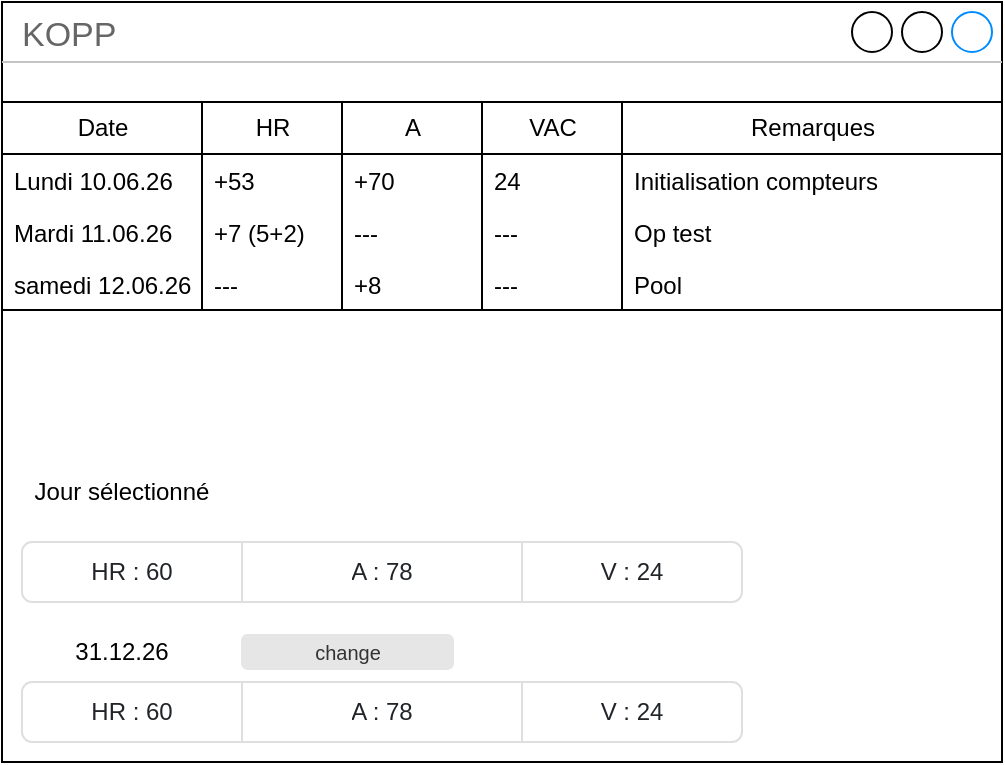
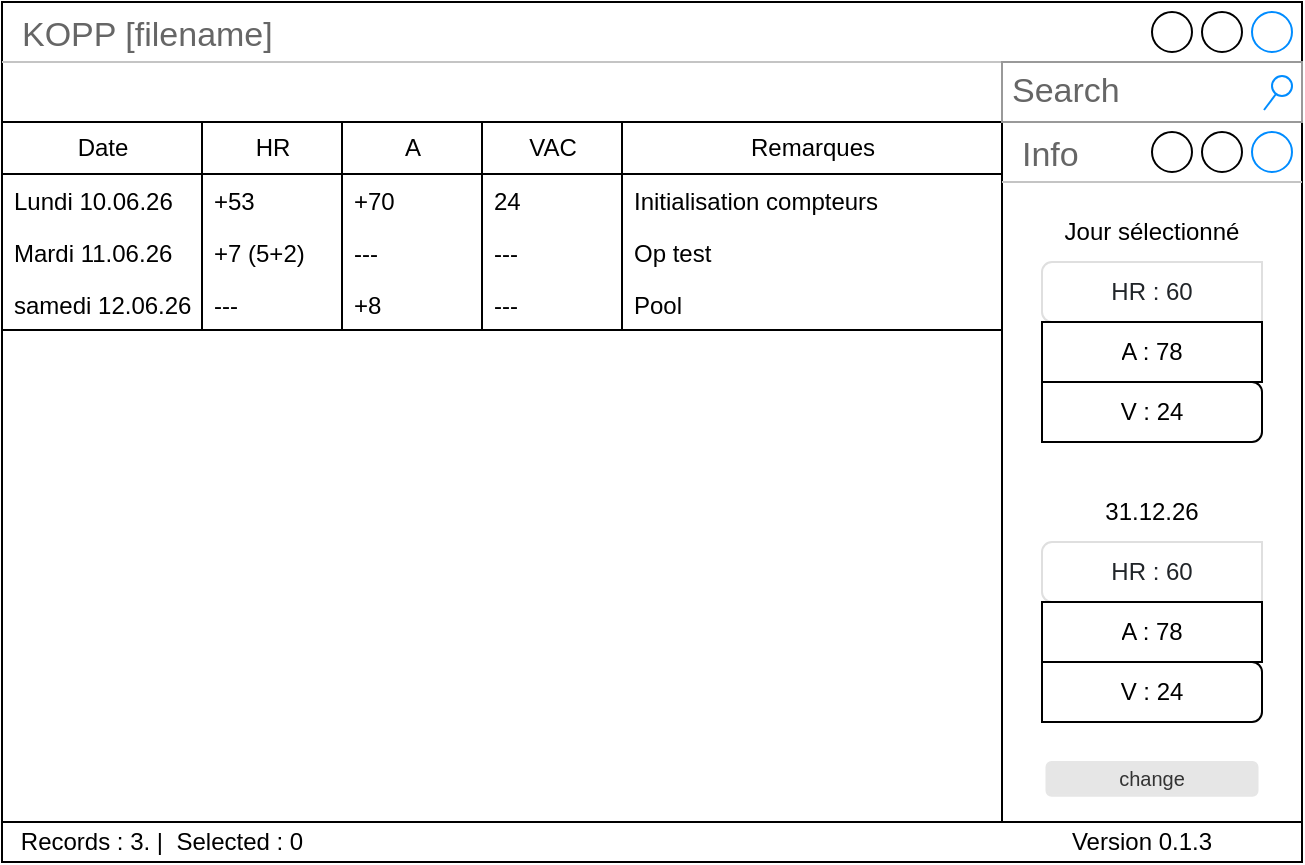
<mxfile host="app.diagrams.net">
-   <diagram name="Page-1" id="_RkNm3KLjF24Zd5ZyvtE">
-     <mxGraphModel dx="532" dy="381" grid="1" gridSize="10" guides="1" tooltips="1" connect="1" arrows="1" fold="1" page="1" pageScale="1" pageWidth="827" pageHeight="1169" math="0" shadow="0">
+   <diagram name="Page-1" id="PRR-KSsSn0DQTCG-_QYu">
+     <mxGraphModel dx="931" dy="666" grid="1" gridSize="10" guides="1" tooltips="1" connect="1" arrows="1" fold="1" page="1" pageScale="1" pageWidth="827" pageHeight="1169" math="0" shadow="0">
      <root>
        <mxCell id="0" />
        <mxCell id="1" parent="0" />
-         <mxCell id="TUN5c2cwHqi8QmzAkf68-1" parent="1" style="strokeWidth=1;shadow=0;dashed=0;align=center;html=1;shape=mxgraph.mockup.containers.window;align=left;verticalAlign=top;spacingLeft=8;strokeColor2=#008cff;strokeColor3=#c4c4c4;fontColor=#666666;mainText=;fontSize=17;labelBackgroundColor=none;whiteSpace=wrap;" value="KOPP" vertex="1">
-           <mxGeometry height="380" width="500" x="70" y="70" as="geometry" />
+         <mxCell id="RgPpX3nh5DaBLGUlTNoS-1" parent="1" style="strokeWidth=1;shadow=0;dashed=0;align=center;html=1;shape=mxgraph.mockup.containers.window;align=left;verticalAlign=top;spacingLeft=8;strokeColor2=#008cff;strokeColor3=#c4c4c4;fontColor=#666666;mainText=;fontSize=17;labelBackgroundColor=none;whiteSpace=wrap;" value="KOPP [filename]" vertex="1">
+           <mxGeometry height="410" width="650" x="70" y="70" as="geometry" />
        </mxCell>
-         <mxCell id="TUN5c2cwHqi8QmzAkf68-7" parent="1" style="swimlane;fontStyle=0;childLayout=stackLayout;horizontal=1;startSize=26;fillColor=none;horizontalStack=0;resizeParent=1;resizeParentMax=0;resizeLast=0;collapsible=1;marginBottom=0;html=1;" value="Date" vertex="1">
-           <mxGeometry height="104" width="100" x="70" y="120" as="geometry" />
+         <mxCell id="RgPpX3nh5DaBLGUlTNoS-2" parent="1" style="swimlane;fontStyle=0;childLayout=stackLayout;horizontal=1;startSize=26;fillColor=none;horizontalStack=0;resizeParent=1;resizeParentMax=0;resizeLast=0;collapsible=1;marginBottom=0;html=1;" value="Date" vertex="1">
+           <mxGeometry height="104" width="100" x="70" y="130" as="geometry" />
        </mxCell>
-         <mxCell id="TUN5c2cwHqi8QmzAkf68-8" parent="TUN5c2cwHqi8QmzAkf68-7" style="text;strokeColor=none;fillColor=none;align=left;verticalAlign=top;spacingLeft=4;spacingRight=4;overflow=hidden;rotatable=0;points=[[0,0.5],[1,0.5]];portConstraint=eastwest;whiteSpace=wrap;html=1;" value="Lundi 10.06.26" vertex="1">
+         <mxCell id="RgPpX3nh5DaBLGUlTNoS-3" parent="RgPpX3nh5DaBLGUlTNoS-2" style="text;strokeColor=none;fillColor=none;align=left;verticalAlign=top;spacingLeft=4;spacingRight=4;overflow=hidden;rotatable=0;points=[[0,0.5],[1,0.5]];portConstraint=eastwest;whiteSpace=wrap;html=1;" value="Lundi 10.06.26" vertex="1">
          <mxGeometry height="26" width="100" y="26" as="geometry" />
        </mxCell>
-         <mxCell id="TUN5c2cwHqi8QmzAkf68-9" parent="TUN5c2cwHqi8QmzAkf68-7" style="text;strokeColor=none;fillColor=none;align=left;verticalAlign=top;spacingLeft=4;spacingRight=4;overflow=hidden;rotatable=0;points=[[0,0.5],[1,0.5]];portConstraint=eastwest;whiteSpace=wrap;html=1;" value="Mardi 11.06.26" vertex="1">
+         <mxCell id="RgPpX3nh5DaBLGUlTNoS-4" parent="RgPpX3nh5DaBLGUlTNoS-2" style="text;strokeColor=none;fillColor=none;align=left;verticalAlign=top;spacingLeft=4;spacingRight=4;overflow=hidden;rotatable=0;points=[[0,0.5],[1,0.5]];portConstraint=eastwest;whiteSpace=wrap;html=1;" value="Mardi 11.06.26" vertex="1">
          <mxGeometry height="26" width="100" y="52" as="geometry" />
        </mxCell>
-         <mxCell id="TUN5c2cwHqi8QmzAkf68-10" parent="TUN5c2cwHqi8QmzAkf68-7" style="text;strokeColor=none;fillColor=none;align=left;verticalAlign=top;spacingLeft=4;spacingRight=4;overflow=hidden;rotatable=0;points=[[0,0.5],[1,0.5]];portConstraint=eastwest;whiteSpace=wrap;html=1;" value="samedi 12.06.26" vertex="1">
+         <mxCell id="RgPpX3nh5DaBLGUlTNoS-5" parent="RgPpX3nh5DaBLGUlTNoS-2" style="text;strokeColor=none;fillColor=none;align=left;verticalAlign=top;spacingLeft=4;spacingRight=4;overflow=hidden;rotatable=0;points=[[0,0.5],[1,0.5]];portConstraint=eastwest;whiteSpace=wrap;html=1;" value="samedi 12.06.26" vertex="1">
          <mxGeometry height="26" width="100" y="78" as="geometry" />
        </mxCell>
-         <mxCell id="TUN5c2cwHqi8QmzAkf68-11" parent="1" style="swimlane;fontStyle=0;childLayout=stackLayout;horizontal=1;startSize=26;fillColor=none;horizontalStack=0;resizeParent=1;resizeParentMax=0;resizeLast=0;collapsible=1;marginBottom=0;html=1;" value="HR" vertex="1">
-           <mxGeometry height="104" width="70" x="170" y="120" as="geometry" />
+         <mxCell id="RgPpX3nh5DaBLGUlTNoS-6" parent="1" style="swimlane;fontStyle=0;childLayout=stackLayout;horizontal=1;startSize=26;fillColor=none;horizontalStack=0;resizeParent=1;resizeParentMax=0;resizeLast=0;collapsible=1;marginBottom=0;html=1;" value="HR" vertex="1">
+           <mxGeometry height="104" width="70" x="170" y="130" as="geometry" />
        </mxCell>
-         <mxCell id="TUN5c2cwHqi8QmzAkf68-12" parent="TUN5c2cwHqi8QmzAkf68-11" style="text;strokeColor=none;fillColor=none;align=left;verticalAlign=top;spacingLeft=4;spacingRight=4;overflow=hidden;rotatable=0;points=[[0,0.5],[1,0.5]];portConstraint=eastwest;whiteSpace=wrap;html=1;" value="+53" vertex="1">
+         <mxCell id="RgPpX3nh5DaBLGUlTNoS-7" parent="RgPpX3nh5DaBLGUlTNoS-6" style="text;strokeColor=none;fillColor=none;align=left;verticalAlign=top;spacingLeft=4;spacingRight=4;overflow=hidden;rotatable=0;points=[[0,0.5],[1,0.5]];portConstraint=eastwest;whiteSpace=wrap;html=1;" value="+53" vertex="1">
          <mxGeometry height="26" width="70" y="26" as="geometry" />
        </mxCell>
-         <mxCell id="TUN5c2cwHqi8QmzAkf68-13" parent="TUN5c2cwHqi8QmzAkf68-11" style="text;strokeColor=none;fillColor=none;align=left;verticalAlign=top;spacingLeft=4;spacingRight=4;overflow=hidden;rotatable=0;points=[[0,0.5],[1,0.5]];portConstraint=eastwest;whiteSpace=wrap;html=1;" value="+7 (5+2)" vertex="1">
+         <mxCell id="RgPpX3nh5DaBLGUlTNoS-8" parent="RgPpX3nh5DaBLGUlTNoS-6" style="text;strokeColor=none;fillColor=none;align=left;verticalAlign=top;spacingLeft=4;spacingRight=4;overflow=hidden;rotatable=0;points=[[0,0.5],[1,0.5]];portConstraint=eastwest;whiteSpace=wrap;html=1;" value="+7 (5+2)" vertex="1">
          <mxGeometry height="26" width="70" y="52" as="geometry" />
        </mxCell>
-         <mxCell id="TUN5c2cwHqi8QmzAkf68-14" parent="TUN5c2cwHqi8QmzAkf68-11" style="text;strokeColor=none;fillColor=none;align=left;verticalAlign=top;spacingLeft=4;spacingRight=4;overflow=hidden;rotatable=0;points=[[0,0.5],[1,0.5]];portConstraint=eastwest;whiteSpace=wrap;html=1;" value="---" vertex="1">
+         <mxCell id="RgPpX3nh5DaBLGUlTNoS-9" parent="RgPpX3nh5DaBLGUlTNoS-6" style="text;strokeColor=none;fillColor=none;align=left;verticalAlign=top;spacingLeft=4;spacingRight=4;overflow=hidden;rotatable=0;points=[[0,0.5],[1,0.5]];portConstraint=eastwest;whiteSpace=wrap;html=1;" value="---" vertex="1">
          <mxGeometry height="26" width="70" y="78" as="geometry" />
        </mxCell>
-         <mxCell id="TUN5c2cwHqi8QmzAkf68-15" parent="1" style="swimlane;fontStyle=0;childLayout=stackLayout;horizontal=1;startSize=26;fillColor=none;horizontalStack=0;resizeParent=1;resizeParentMax=0;resizeLast=0;collapsible=1;marginBottom=0;html=1;" value="A" vertex="1">
-           <mxGeometry height="104" width="70" x="240" y="120" as="geometry" />
+         <mxCell id="RgPpX3nh5DaBLGUlTNoS-10" parent="1" style="swimlane;fontStyle=0;childLayout=stackLayout;horizontal=1;startSize=26;fillColor=none;horizontalStack=0;resizeParent=1;resizeParentMax=0;resizeLast=0;collapsible=1;marginBottom=0;html=1;" value="A" vertex="1">
+           <mxGeometry height="104" width="70" x="240" y="130" as="geometry" />
        </mxCell>
-         <mxCell id="TUN5c2cwHqi8QmzAkf68-16" parent="TUN5c2cwHqi8QmzAkf68-15" style="text;strokeColor=none;fillColor=none;align=left;verticalAlign=top;spacingLeft=4;spacingRight=4;overflow=hidden;rotatable=0;points=[[0,0.5],[1,0.5]];portConstraint=eastwest;whiteSpace=wrap;html=1;" value="+70" vertex="1">
+         <mxCell id="RgPpX3nh5DaBLGUlTNoS-11" parent="RgPpX3nh5DaBLGUlTNoS-10" style="text;strokeColor=none;fillColor=none;align=left;verticalAlign=top;spacingLeft=4;spacingRight=4;overflow=hidden;rotatable=0;points=[[0,0.5],[1,0.5]];portConstraint=eastwest;whiteSpace=wrap;html=1;" value="+70" vertex="1">
          <mxGeometry height="26" width="70" y="26" as="geometry" />
        </mxCell>
-         <mxCell id="TUN5c2cwHqi8QmzAkf68-17" parent="TUN5c2cwHqi8QmzAkf68-15" style="text;strokeColor=none;fillColor=none;align=left;verticalAlign=top;spacingLeft=4;spacingRight=4;overflow=hidden;rotatable=0;points=[[0,0.5],[1,0.5]];portConstraint=eastwest;whiteSpace=wrap;html=1;" value="---" vertex="1">
+         <mxCell id="RgPpX3nh5DaBLGUlTNoS-12" parent="RgPpX3nh5DaBLGUlTNoS-10" style="text;strokeColor=none;fillColor=none;align=left;verticalAlign=top;spacingLeft=4;spacingRight=4;overflow=hidden;rotatable=0;points=[[0,0.5],[1,0.5]];portConstraint=eastwest;whiteSpace=wrap;html=1;" value="---" vertex="1">
          <mxGeometry height="26" width="70" y="52" as="geometry" />
        </mxCell>
-         <mxCell id="TUN5c2cwHqi8QmzAkf68-18" parent="TUN5c2cwHqi8QmzAkf68-15" style="text;strokeColor=none;fillColor=none;align=left;verticalAlign=top;spacingLeft=4;spacingRight=4;overflow=hidden;rotatable=0;points=[[0,0.5],[1,0.5]];portConstraint=eastwest;whiteSpace=wrap;html=1;" value="+8" vertex="1">
+         <mxCell id="RgPpX3nh5DaBLGUlTNoS-13" parent="RgPpX3nh5DaBLGUlTNoS-10" style="text;strokeColor=none;fillColor=none;align=left;verticalAlign=top;spacingLeft=4;spacingRight=4;overflow=hidden;rotatable=0;points=[[0,0.5],[1,0.5]];portConstraint=eastwest;whiteSpace=wrap;html=1;" value="+8" vertex="1">
          <mxGeometry height="26" width="70" y="78" as="geometry" />
        </mxCell>
-         <mxCell id="TUN5c2cwHqi8QmzAkf68-19" parent="1" style="swimlane;fontStyle=0;childLayout=stackLayout;horizontal=1;startSize=26;fillColor=none;horizontalStack=0;resizeParent=1;resizeParentMax=0;resizeLast=0;collapsible=1;marginBottom=0;html=1;" value="VAC" vertex="1">
-           <mxGeometry height="104" width="70" x="310" y="120" as="geometry" />
+         <mxCell id="RgPpX3nh5DaBLGUlTNoS-14" parent="1" style="swimlane;fontStyle=0;childLayout=stackLayout;horizontal=1;startSize=26;fillColor=none;horizontalStack=0;resizeParent=1;resizeParentMax=0;resizeLast=0;collapsible=1;marginBottom=0;html=1;" value="VAC" vertex="1">
+           <mxGeometry height="104" width="70" x="310" y="130" as="geometry" />
        </mxCell>
-         <mxCell id="TUN5c2cwHqi8QmzAkf68-20" parent="TUN5c2cwHqi8QmzAkf68-19" style="text;strokeColor=none;fillColor=none;align=left;verticalAlign=top;spacingLeft=4;spacingRight=4;overflow=hidden;rotatable=0;points=[[0,0.5],[1,0.5]];portConstraint=eastwest;whiteSpace=wrap;html=1;" value="24" vertex="1">
+         <mxCell id="RgPpX3nh5DaBLGUlTNoS-15" parent="RgPpX3nh5DaBLGUlTNoS-14" style="text;strokeColor=none;fillColor=none;align=left;verticalAlign=top;spacingLeft=4;spacingRight=4;overflow=hidden;rotatable=0;points=[[0,0.5],[1,0.5]];portConstraint=eastwest;whiteSpace=wrap;html=1;" value="24" vertex="1">
          <mxGeometry height="26" width="70" y="26" as="geometry" />
        </mxCell>
-         <mxCell id="TUN5c2cwHqi8QmzAkf68-21" parent="TUN5c2cwHqi8QmzAkf68-19" style="text;strokeColor=none;fillColor=none;align=left;verticalAlign=top;spacingLeft=4;spacingRight=4;overflow=hidden;rotatable=0;points=[[0,0.5],[1,0.5]];portConstraint=eastwest;whiteSpace=wrap;html=1;" value="---" vertex="1">
+         <mxCell id="RgPpX3nh5DaBLGUlTNoS-16" parent="RgPpX3nh5DaBLGUlTNoS-14" style="text;strokeColor=none;fillColor=none;align=left;verticalAlign=top;spacingLeft=4;spacingRight=4;overflow=hidden;rotatable=0;points=[[0,0.5],[1,0.5]];portConstraint=eastwest;whiteSpace=wrap;html=1;" value="---" vertex="1">
          <mxGeometry height="26" width="70" y="52" as="geometry" />
        </mxCell>
-         <mxCell id="TUN5c2cwHqi8QmzAkf68-22" parent="TUN5c2cwHqi8QmzAkf68-19" style="text;strokeColor=none;fillColor=none;align=left;verticalAlign=top;spacingLeft=4;spacingRight=4;overflow=hidden;rotatable=0;points=[[0,0.5],[1,0.5]];portConstraint=eastwest;whiteSpace=wrap;html=1;" value="---" vertex="1">
+         <mxCell id="RgPpX3nh5DaBLGUlTNoS-17" parent="RgPpX3nh5DaBLGUlTNoS-14" style="text;strokeColor=none;fillColor=none;align=left;verticalAlign=top;spacingLeft=4;spacingRight=4;overflow=hidden;rotatable=0;points=[[0,0.5],[1,0.5]];portConstraint=eastwest;whiteSpace=wrap;html=1;" value="---" vertex="1">
          <mxGeometry height="26" width="70" y="78" as="geometry" />
        </mxCell>
-         <mxCell id="TUN5c2cwHqi8QmzAkf68-23" parent="1" style="swimlane;fontStyle=0;childLayout=stackLayout;horizontal=1;startSize=26;fillColor=none;horizontalStack=0;resizeParent=1;resizeParentMax=0;resizeLast=0;collapsible=1;marginBottom=0;html=1;" value="Remarques" vertex="1">
-           <mxGeometry height="104" width="190" x="380" y="120" as="geometry" />
+         <mxCell id="RgPpX3nh5DaBLGUlTNoS-18" parent="1" style="swimlane;fontStyle=0;childLayout=stackLayout;horizontal=1;startSize=26;fillColor=none;horizontalStack=0;resizeParent=1;resizeParentMax=0;resizeLast=0;collapsible=1;marginBottom=0;html=1;" value="Remarques" vertex="1">
+           <mxGeometry height="104" width="190" x="380" y="130" as="geometry" />
        </mxCell>
-         <mxCell id="TUN5c2cwHqi8QmzAkf68-24" parent="TUN5c2cwHqi8QmzAkf68-23" style="text;strokeColor=none;fillColor=none;align=left;verticalAlign=top;spacingLeft=4;spacingRight=4;overflow=hidden;rotatable=0;points=[[0,0.5],[1,0.5]];portConstraint=eastwest;whiteSpace=wrap;html=1;" value="Initialisation compteurs" vertex="1">
+         <mxCell id="RgPpX3nh5DaBLGUlTNoS-19" parent="RgPpX3nh5DaBLGUlTNoS-18" style="text;strokeColor=none;fillColor=none;align=left;verticalAlign=top;spacingLeft=4;spacingRight=4;overflow=hidden;rotatable=0;points=[[0,0.5],[1,0.5]];portConstraint=eastwest;whiteSpace=wrap;html=1;" value="Initialisation compteurs" vertex="1">
          <mxGeometry height="26" width="190" y="26" as="geometry" />
        </mxCell>
-         <mxCell id="TUN5c2cwHqi8QmzAkf68-25" parent="TUN5c2cwHqi8QmzAkf68-23" style="text;strokeColor=none;fillColor=none;align=left;verticalAlign=top;spacingLeft=4;spacingRight=4;overflow=hidden;rotatable=0;points=[[0,0.5],[1,0.5]];portConstraint=eastwest;whiteSpace=wrap;html=1;" value="Op test" vertex="1">
+         <mxCell id="RgPpX3nh5DaBLGUlTNoS-20" parent="RgPpX3nh5DaBLGUlTNoS-18" style="text;strokeColor=none;fillColor=none;align=left;verticalAlign=top;spacingLeft=4;spacingRight=4;overflow=hidden;rotatable=0;points=[[0,0.5],[1,0.5]];portConstraint=eastwest;whiteSpace=wrap;html=1;" value="Op test" vertex="1">
          <mxGeometry height="26" width="190" y="52" as="geometry" />
        </mxCell>
-         <mxCell id="TUN5c2cwHqi8QmzAkf68-26" parent="TUN5c2cwHqi8QmzAkf68-23" style="text;strokeColor=none;fillColor=none;align=left;verticalAlign=top;spacingLeft=4;spacingRight=4;overflow=hidden;rotatable=0;points=[[0,0.5],[1,0.5]];portConstraint=eastwest;whiteSpace=wrap;html=1;" value="Pool" vertex="1">
+         <mxCell id="RgPpX3nh5DaBLGUlTNoS-21" parent="RgPpX3nh5DaBLGUlTNoS-18" style="text;strokeColor=none;fillColor=none;align=left;verticalAlign=top;spacingLeft=4;spacingRight=4;overflow=hidden;rotatable=0;points=[[0,0.5],[1,0.5]];portConstraint=eastwest;whiteSpace=wrap;html=1;" value="Pool" vertex="1">
          <mxGeometry height="26" width="190" y="78" as="geometry" />
        </mxCell>
-         <mxCell id="TUN5c2cwHqi8QmzAkf68-27" parent="1" style="text;html=1;whiteSpace=wrap;strokeColor=none;fillColor=none;align=center;verticalAlign=middle;rounded=0;" value="Jour sélectionné" vertex="1">
-           <mxGeometry height="30" width="100" x="80" y="300" as="geometry" />
+         <mxCell id="RgPpX3nh5DaBLGUlTNoS-33" parent="1" style="strokeWidth=1;shadow=0;dashed=0;align=center;html=1;shape=mxgraph.mockup.containers.window;align=left;verticalAlign=top;spacingLeft=8;strokeColor2=#008cff;strokeColor3=#c4c4c4;fontColor=#666666;mainText=;fontSize=17;labelBackgroundColor=none;whiteSpace=wrap;" value="Info" vertex="1">
+           <mxGeometry height="350" width="150" x="570" y="130" as="geometry" />
        </mxCell>
-         <mxCell id="TUN5c2cwHqi8QmzAkf68-28" parent="1" style="swimlane;shape=mxgraph.bootstrap.anchor;strokeColor=#DFDFDF;fillColor=#ffffff;fontColor=#212529;fontStyle=0;childLayout=stackLayout;horizontal=0;startSize=0;horizontalStack=1;resizeParent=1;resizeParentMax=0;resizeLast=0;collapsible=0;marginBottom=0;whiteSpace=wrap;html=1;" value="" vertex="1">
-           <mxGeometry height="30" width="360" x="80" y="340" as="geometry" />
+         <mxCell id="RgPpX3nh5DaBLGUlTNoS-22" parent="1" style="text;html=1;whiteSpace=wrap;strokeColor=none;fillColor=none;align=center;verticalAlign=middle;rounded=0;" value="Jour sélectionné" vertex="1">
+           <mxGeometry height="30" width="100" x="595" y="170" as="geometry" />
        </mxCell>
-         <mxCell id="TUN5c2cwHqi8QmzAkf68-29" parent="TUN5c2cwHqi8QmzAkf68-28" style="text;strokeColor=inherit;align=center;verticalAlign=middle;spacingLeft=10;spacingRight=10;overflow=hidden;points=[[0,0.5],[1,0.5]];portConstraint=eastwest;rotatable=0;whiteSpace=wrap;html=1;shape=mxgraph.bootstrap.leftButton;rSize=5;fillColor=inherit;fontColor=inherit;" value="HR : 60" vertex="1">
+         <mxCell id="RgPpX3nh5DaBLGUlTNoS-23" parent="1" style="swimlane;shape=mxgraph.bootstrap.anchor;strokeColor=#DFDFDF;fillColor=#ffffff;fontColor=#212529;fontStyle=0;childLayout=stackLayout;horizontal=0;startSize=0;horizontalStack=1;resizeParent=1;resizeParentMax=0;resizeLast=0;collapsible=0;marginBottom=0;whiteSpace=wrap;html=1;" value="" vertex="1">
+           <mxGeometry height="30" width="110" x="590" y="200" as="geometry" />
+         </mxCell>
+         <mxCell id="RgPpX3nh5DaBLGUlTNoS-24" parent="RgPpX3nh5DaBLGUlTNoS-23" style="text;strokeColor=inherit;align=center;verticalAlign=middle;spacingLeft=10;spacingRight=10;overflow=hidden;points=[[0,0.5],[1,0.5]];portConstraint=eastwest;rotatable=0;whiteSpace=wrap;html=1;shape=mxgraph.bootstrap.leftButton;rSize=5;fillColor=inherit;fontColor=inherit;" value="HR : 60" vertex="1">
          <mxGeometry height="30" width="110" as="geometry" />
        </mxCell>
-         <mxCell id="TUN5c2cwHqi8QmzAkf68-30" parent="TUN5c2cwHqi8QmzAkf68-28" style="text;strokeColor=inherit;align=center;verticalAlign=middle;spacingLeft=10;spacingRight=10;overflow=hidden;points=[[0,0.5],[1,0.5]];portConstraint=eastwest;rotatable=0;whiteSpace=wrap;html=1;rSize=5;fillColor=inherit;fontColor=inherit;" value="A : 78" vertex="1">
-           <mxGeometry height="30" width="140" x="110" as="geometry" />
+         <mxCell id="RgPpX3nh5DaBLGUlTNoS-27" parent="1" style="text;html=1;whiteSpace=wrap;strokeColor=none;fillColor=none;align=center;verticalAlign=middle;rounded=0;" value="31.12.26" vertex="1">
+           <mxGeometry height="30" width="100" x="595" y="310" as="geometry" />
        </mxCell>
-         <mxCell id="TUN5c2cwHqi8QmzAkf68-31" parent="TUN5c2cwHqi8QmzAkf68-28" style="text;strokeColor=inherit;align=center;verticalAlign=middle;spacingLeft=10;spacingRight=10;overflow=hidden;points=[[0,0.5],[1,0.5]];portConstraint=eastwest;rotatable=0;whiteSpace=wrap;html=1;shape=mxgraph.bootstrap.rightButton;rSize=5;fillColor=inherit;fontColor=inherit;" value="V : 24" vertex="1">
-           <mxGeometry height="30" width="110" x="250" as="geometry" />
+         <mxCell id="RgPpX3nh5DaBLGUlTNoS-28" parent="1" style="rounded=1;html=1;shadow=0;dashed=0;whiteSpace=wrap;fontSize=10;fillColor=#E6E6E6;align=center;strokeColor=#E6E6E6;fontColor=#333333;" value="change" vertex="1">
+           <mxGeometry height="16.88" width="105.5" x="592.25" y="450" as="geometry" />
        </mxCell>
-         <mxCell id="TUN5c2cwHqi8QmzAkf68-32" parent="1" style="text;html=1;whiteSpace=wrap;strokeColor=none;fillColor=none;align=center;verticalAlign=middle;rounded=0;" value="31.12.26" vertex="1">
-           <mxGeometry height="30" width="100" x="80" y="380" as="geometry" />
+         <mxCell id="RgPpX3nh5DaBLGUlTNoS-29" parent="1" style="swimlane;shape=mxgraph.bootstrap.anchor;strokeColor=#DFDFDF;fillColor=#ffffff;fontColor=#212529;fontStyle=0;childLayout=stackLayout;horizontal=0;startSize=0;horizontalStack=1;resizeParent=1;resizeParentMax=0;resizeLast=0;collapsible=0;marginBottom=0;whiteSpace=wrap;html=1;" value="" vertex="1">
+           <mxGeometry height="30" width="110" x="590" y="340" as="geometry" />
        </mxCell>
-         <mxCell id="TUN5c2cwHqi8QmzAkf68-33" parent="1" style="rounded=1;html=1;shadow=0;dashed=0;whiteSpace=wrap;fontSize=10;fillColor=#E6E6E6;align=center;strokeColor=#E6E6E6;fontColor=#333333;" value="change" vertex="1">
-           <mxGeometry height="16.88" width="105.5" x="190" y="386.56" as="geometry" />
-         </mxCell>
-         <mxCell id="TUN5c2cwHqi8QmzAkf68-34" parent="1" style="swimlane;shape=mxgraph.bootstrap.anchor;strokeColor=#DFDFDF;fillColor=#ffffff;fontColor=#212529;fontStyle=0;childLayout=stackLayout;horizontal=0;startSize=0;horizontalStack=1;resizeParent=1;resizeParentMax=0;resizeLast=0;collapsible=0;marginBottom=0;whiteSpace=wrap;html=1;" value="" vertex="1">
-           <mxGeometry height="30" width="360" x="80" y="410" as="geometry" />
-         </mxCell>
-         <mxCell id="TUN5c2cwHqi8QmzAkf68-35" parent="TUN5c2cwHqi8QmzAkf68-34" style="text;strokeColor=inherit;align=center;verticalAlign=middle;spacingLeft=10;spacingRight=10;overflow=hidden;points=[[0,0.5],[1,0.5]];portConstraint=eastwest;rotatable=0;whiteSpace=wrap;html=1;shape=mxgraph.bootstrap.leftButton;rSize=5;fillColor=inherit;fontColor=inherit;" value="HR : 60" vertex="1">
+         <mxCell id="RgPpX3nh5DaBLGUlTNoS-30" parent="RgPpX3nh5DaBLGUlTNoS-29" style="text;strokeColor=inherit;align=center;verticalAlign=middle;spacingLeft=10;spacingRight=10;overflow=hidden;points=[[0,0.5],[1,0.5]];portConstraint=eastwest;rotatable=0;whiteSpace=wrap;html=1;shape=mxgraph.bootstrap.leftButton;rSize=5;fillColor=inherit;fontColor=inherit;" value="HR : 60" vertex="1">
          <mxGeometry height="30" width="110" as="geometry" />
        </mxCell>
-         <mxCell id="TUN5c2cwHqi8QmzAkf68-36" parent="TUN5c2cwHqi8QmzAkf68-34" style="text;strokeColor=inherit;align=center;verticalAlign=middle;spacingLeft=10;spacingRight=10;overflow=hidden;points=[[0,0.5],[1,0.5]];portConstraint=eastwest;rotatable=0;whiteSpace=wrap;html=1;rSize=5;fillColor=inherit;fontColor=inherit;" value="A : 78" vertex="1">
-           <mxGeometry height="30" width="140" x="110" as="geometry" />
+         <mxCell id="RgPpX3nh5DaBLGUlTNoS-25" parent="1" style="text;strokeColor=inherit;align=center;verticalAlign=middle;spacingLeft=10;spacingRight=10;overflow=hidden;points=[[0,0.5],[1,0.5]];portConstraint=eastwest;rotatable=0;whiteSpace=wrap;html=1;rSize=5;fillColor=inherit;fontColor=inherit;" value="A : 78" vertex="1">
+           <mxGeometry height="30" width="110" x="590" y="230" as="geometry" />
        </mxCell>
-         <mxCell id="TUN5c2cwHqi8QmzAkf68-37" parent="TUN5c2cwHqi8QmzAkf68-34" style="text;strokeColor=inherit;align=center;verticalAlign=middle;spacingLeft=10;spacingRight=10;overflow=hidden;points=[[0,0.5],[1,0.5]];portConstraint=eastwest;rotatable=0;whiteSpace=wrap;html=1;shape=mxgraph.bootstrap.rightButton;rSize=5;fillColor=inherit;fontColor=inherit;" value="V : 24" vertex="1">
-           <mxGeometry height="30" width="110" x="250" as="geometry" />
+         <mxCell id="RgPpX3nh5DaBLGUlTNoS-26" parent="1" style="text;strokeColor=inherit;align=center;verticalAlign=middle;spacingLeft=10;spacingRight=10;overflow=hidden;points=[[0,0.5],[1,0.5]];portConstraint=eastwest;rotatable=0;whiteSpace=wrap;html=1;shape=mxgraph.bootstrap.rightButton;rSize=5;fillColor=inherit;fontColor=inherit;" value="V : 24" vertex="1">
+           <mxGeometry height="30" width="110" x="590" y="260" as="geometry" />
+         </mxCell>
+         <mxCell id="RgPpX3nh5DaBLGUlTNoS-31" parent="1" style="text;strokeColor=inherit;align=center;verticalAlign=middle;spacingLeft=10;spacingRight=10;overflow=hidden;points=[[0,0.5],[1,0.5]];portConstraint=eastwest;rotatable=0;whiteSpace=wrap;html=1;rSize=5;fillColor=inherit;fontColor=inherit;" value="A : 78" vertex="1">
+           <mxGeometry height="30" width="110" x="590" y="370" as="geometry" />
+         </mxCell>
+         <mxCell id="RgPpX3nh5DaBLGUlTNoS-32" parent="1" style="text;strokeColor=inherit;align=center;verticalAlign=middle;spacingLeft=10;spacingRight=10;overflow=hidden;points=[[0,0.5],[1,0.5]];portConstraint=eastwest;rotatable=0;whiteSpace=wrap;html=1;shape=mxgraph.bootstrap.rightButton;rSize=5;fillColor=inherit;fontColor=inherit;" value="V : 24" vertex="1">
+           <mxGeometry height="30" width="110" x="590" y="400" as="geometry" />
+         </mxCell>
+         <mxCell id="RgPpX3nh5DaBLGUlTNoS-40" parent="1" style="strokeWidth=1;shadow=0;dashed=0;align=center;html=1;shape=mxgraph.mockup.forms.searchBox;strokeColor=#999999;mainText=;strokeColor2=#008cff;fontColor=#666666;fontSize=17;align=left;spacingLeft=3;whiteSpace=wrap;" value="Search" vertex="1">
+           <mxGeometry height="30" width="150" x="570" y="100" as="geometry" />
+         </mxCell>
+         <mxCell id="RgPpX3nh5DaBLGUlTNoS-41" parent="1" style="rounded=0;whiteSpace=wrap;html=1;" value="" vertex="1">
+           <mxGeometry height="20" width="650" x="70" y="480" as="geometry" />
+         </mxCell>
+         <mxCell id="RgPpX3nh5DaBLGUlTNoS-42" parent="1" style="text;html=1;whiteSpace=wrap;strokeColor=none;fillColor=none;align=center;verticalAlign=middle;rounded=0;" value="Records : 3. |&amp;nbsp; Selected : 0" vertex="1">
+           <mxGeometry height="20" width="160" x="70" y="480" as="geometry" />
+         </mxCell>
+         <mxCell id="RgPpX3nh5DaBLGUlTNoS-43" parent="1" style="text;html=1;whiteSpace=wrap;strokeColor=none;fillColor=none;align=center;verticalAlign=middle;rounded=0;" value="Version 0.1.3" vertex="1">
+           <mxGeometry height="20" width="160" x="560" y="480" as="geometry" />
        </mxCell>
      </root>
    </mxGraphModel>
  </diagram>
</mxfile>
